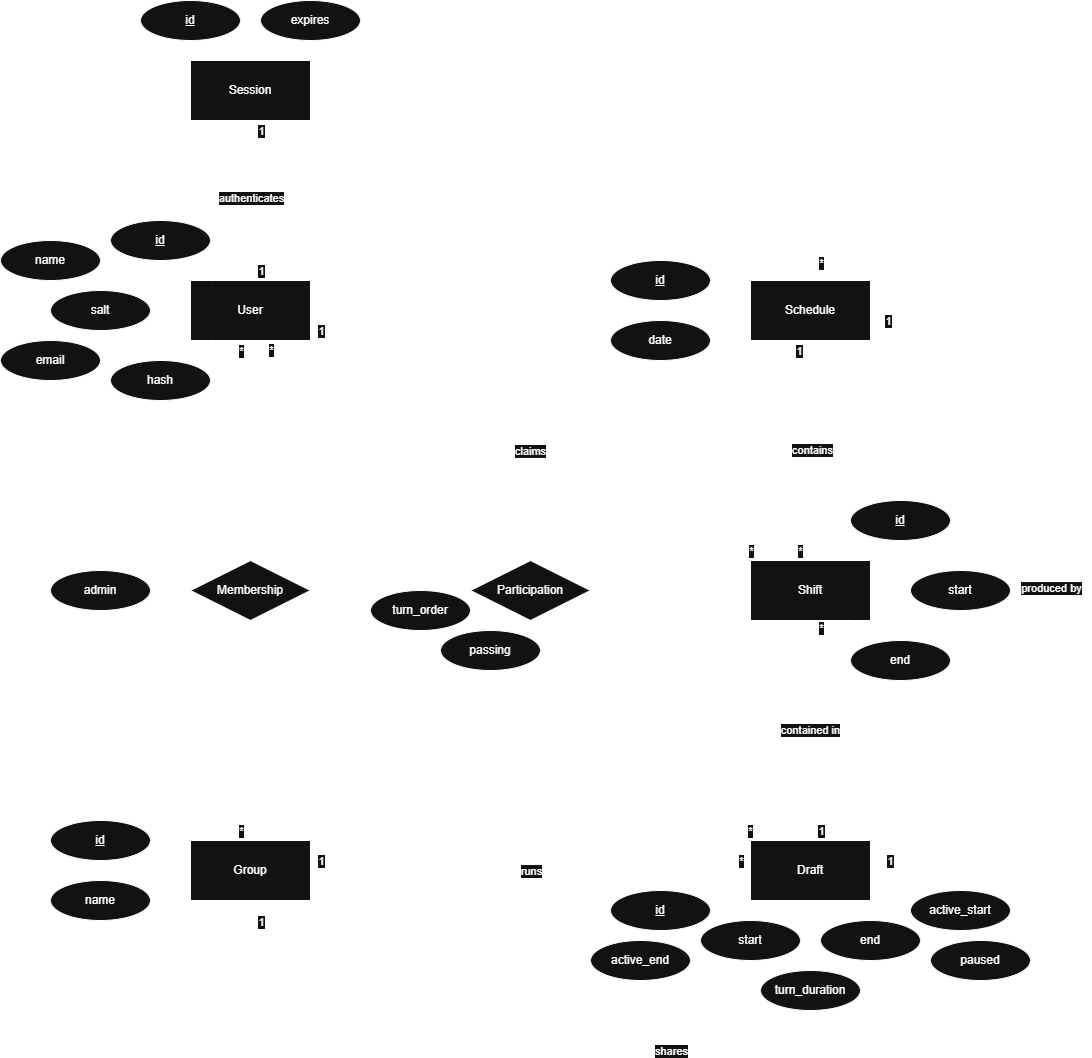
The draw.io diagram documentation/er-diagram.png in AaronOwensSE/shiftER, before a commit. Source tidied: cells renumbered, new cells last; positions are measured from the earlier drawing's top-left corner, leaving out a move shared by most shapes.
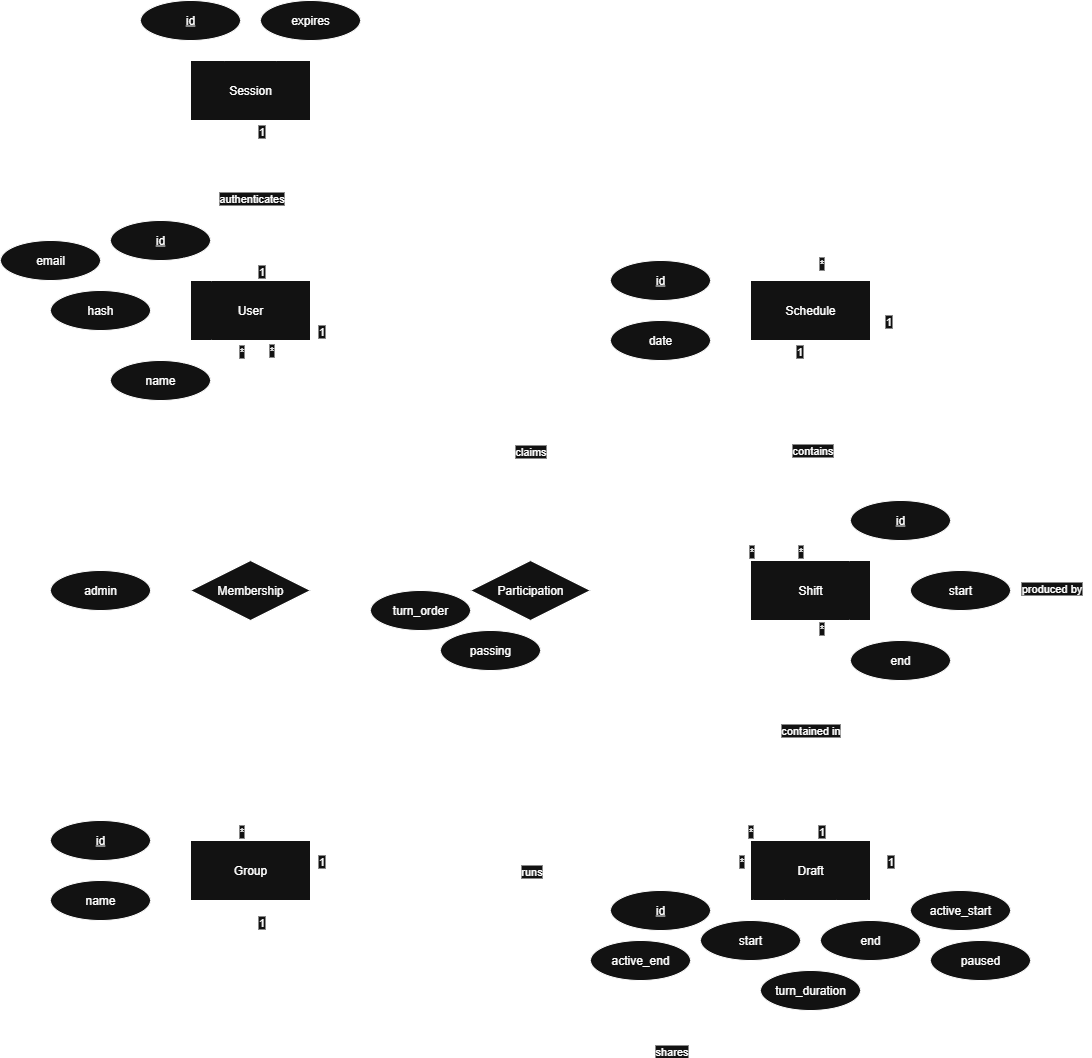
Above is the later version.

Change to the diagram source:
```diff
@@ -228,24 +228,18 @@
     <mxCell id="57" style="endArrow=none;html=1;rounded=0;" parent="1" edge="1" source="56" target="2">
       <mxGeometry relative="1" as="geometry" />
     </mxCell>
-    <mxCell id="58" value="name" style="ellipse;whiteSpace=wrap;html=1;align=center;" parent="1" vertex="1">
+    <mxCell id="58" value="email" style="ellipse;whiteSpace=wrap;html=1;align=center;" parent="1" vertex="1">
       <mxGeometry y="240" width="100" height="40" as="geometry" />
     </mxCell>
-    <mxCell id="59" value="email" style="ellipse;whiteSpace=wrap;html=1;align=center;" parent="1" vertex="1">
-      <mxGeometry y="340" width="100" height="40" as="geometry" />
-    </mxCell>
-    <mxCell id="60" value="salt" style="ellipse;whiteSpace=wrap;html=1;align=center;" parent="1" vertex="1">
+    <mxCell id="60" value="hash" style="ellipse;whiteSpace=wrap;html=1;align=center;" parent="1" vertex="1">
       <mxGeometry x="50" y="290" width="100" height="40" as="geometry" />
     </mxCell>
-    <mxCell id="61" value="hash" style="ellipse;whiteSpace=wrap;html=1;align=center;" parent="1" vertex="1">
+    <mxCell id="61" value="name" style="ellipse;whiteSpace=wrap;html=1;align=center;" parent="1" vertex="1">
       <mxGeometry x="110" y="360" width="100" height="40" as="geometry" />
     </mxCell>
     <mxCell id="62" style="endArrow=none;html=1;rounded=0;" parent="1" edge="1" source="58" target="2">
       <mxGeometry relative="1" as="geometry" />
     </mxCell>
-    <mxCell id="63" style="endArrow=none;html=1;rounded=0;" parent="1" edge="1" source="59" target="2">
-      <mxGeometry relative="1" as="geometry" />
-    </mxCell>
     <mxCell id="64" style="endArrow=none;html=1;rounded=0;" parent="1" edge="1" source="61" target="2">
       <mxGeometry relative="1" as="geometry" />
     </mxCell>
```
